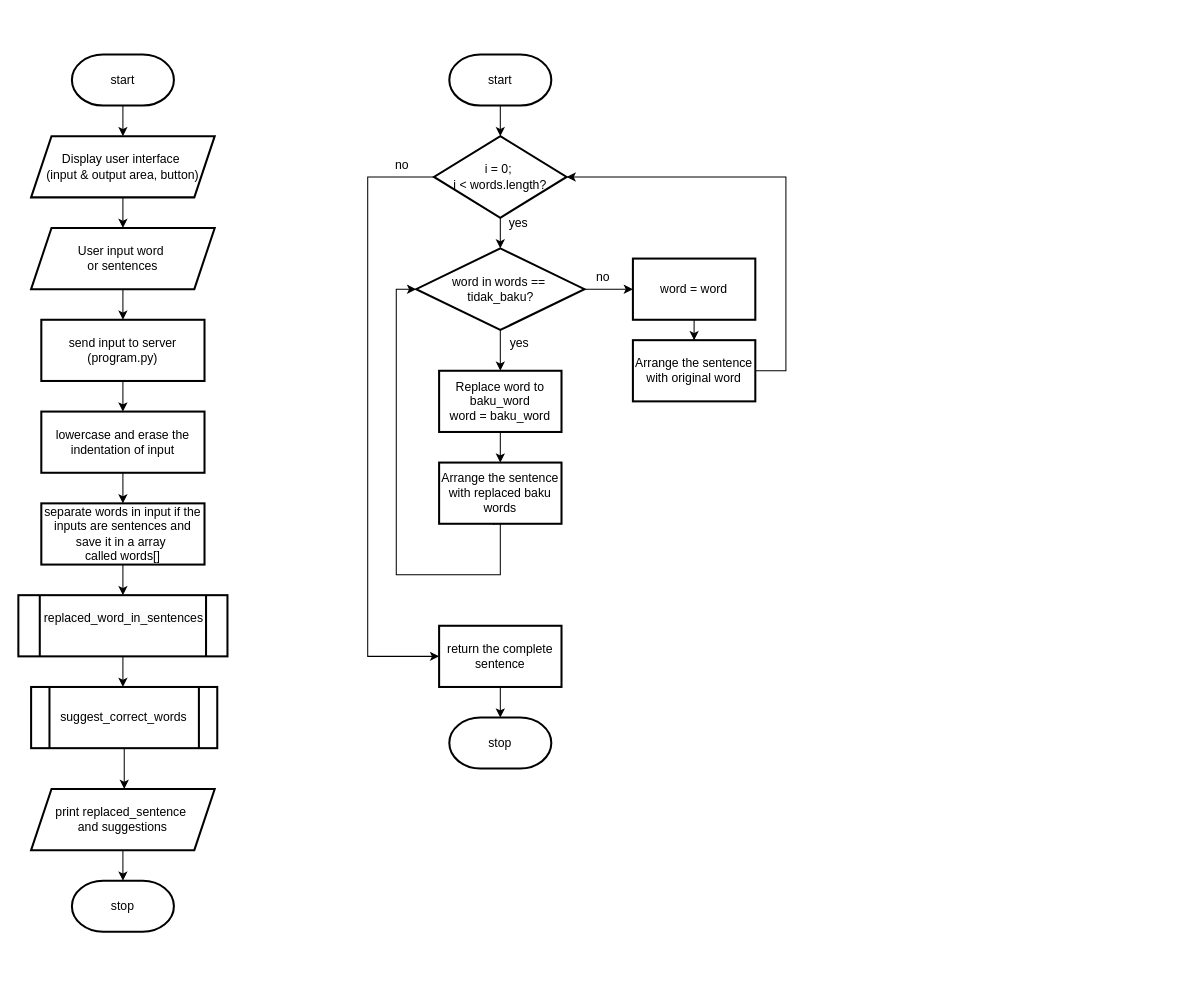
The draw.io diagram flow_utapis_kata_baku.drawio in jezreelkosasih/diagram, before the edit. Source tidied: cells renumbered, new cells numbered last; positions are measured from the earlier drawing's top-left corner, leaving out a move shared by most shapes. Both pictures are drawn from the tidied source at 102%, with x=0, y=0 at pixel (18, 54).
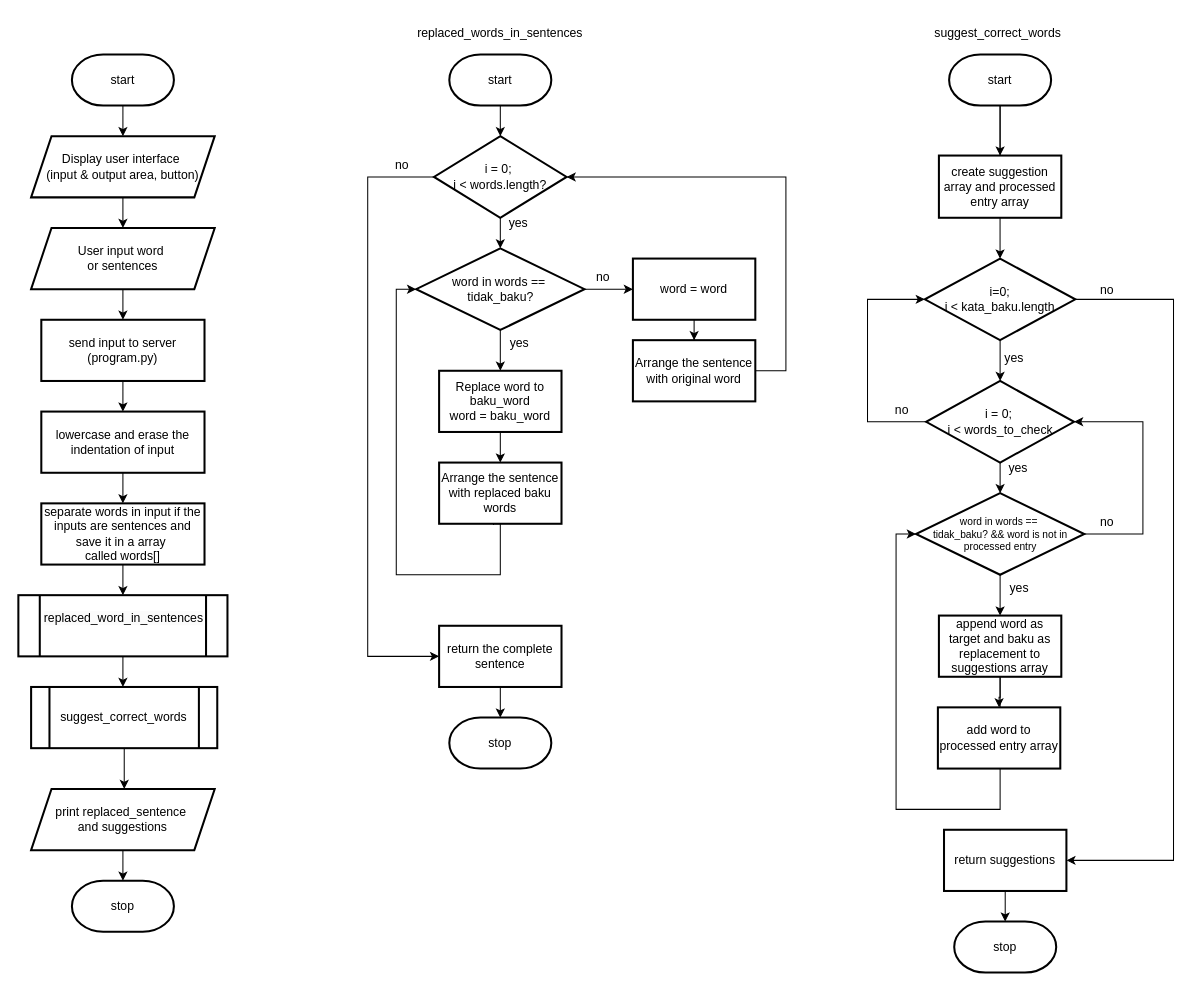
After the change.

What changed in the source:
```diff
@@
+    <mxCell id="44" style="edgeStyle=orthogonalEdgeStyle;rounded=0;jettySize=auto;html=1;entryX=0.5;entryY=0;entryDx=0;entryDy=0;" parent="1" edge="1" source="65" target="48">
+      <mxGeometry relative="1" as="geometry" />
+    </mxCell>
+    <mxCell id="45" style="edgeStyle=orthogonalEdgeStyle;rounded=0;jettySize=auto;html=1;" parent="1" edge="1" source="46" target="66">
+      <mxGeometry relative="1" as="geometry" />
+    </mxCell>
+    <mxCell id="46" value="start" style="strokeWidth=2;html=1;shape=mxgraph.flowchart.terminator;whiteSpace=wrap;" parent="1" vertex="1">
+      <mxGeometry x="912" width="100" height="50" as="geometry" />
+    </mxCell>
+    <mxCell id="47" style="edgeStyle=orthogonalEdgeStyle;rounded=0;jettySize=auto;html=1;" parent="1" edge="1" source="48" target="52">
+      <mxGeometry relative="1" as="geometry" />
+    </mxCell>
+    <mxCell id="48" value="i = 0;&amp;nbsp;&lt;div&gt;i &amp;lt; words_to_check&lt;/div&gt;" style="rhombus;whiteSpace=wrap;html=1;strokeWidth=2;" parent="1" vertex="1">
+      <mxGeometry x="889.5" y="320" width="145" height="80" as="geometry" />
+    </mxCell>
+    <mxCell id="49" style="edgeStyle=orthogonalEdgeStyle;rounded=0;jettySize=auto;html=1;" parent="1" edge="1" source="52" target="54">
+      <mxGeometry relative="1" as="geometry" />
+    </mxCell>
+    <mxCell id="50" style="edgeStyle=orthogonalEdgeStyle;rounded=0;jettySize=auto;html=1;exitX=0;exitY=0.5;exitDx=0;exitDy=0;entryX=0;entryY=0.5;entryDx=0;entryDy=0;" parent="1" edge="1" source="48" target="65">
+      <mxGeometry relative="1" as="geometry">
+        <Array as="points">
+          <mxPoint x="832" y="360" />
+          <mxPoint x="832" y="240" />
+        </Array>
+      </mxGeometry>
+    </mxCell>
+    <mxCell id="51" style="edgeStyle=orthogonalEdgeStyle;rounded=0;jettySize=auto;html=1;entryX=1;entryY=0.5;entryDx=0;entryDy=0;" parent="1" edge="1" source="52" target="48">
+      <mxGeometry relative="1" as="geometry">
+        <Array as="points">
+          <mxPoint x="1102" y="470" />
+          <mxPoint x="1102" y="360" />
+        </Array>
+      </mxGeometry>
+    </mxCell>
+    <mxCell id="52" value="word in words ==&amp;nbsp;&lt;div style=&quot;font-size: 10px;&quot;&gt;tidak_baku? &amp;amp;&amp;amp; word is not in processed entry&lt;/div&gt;" style="rhombus;whiteSpace=wrap;html=1;strokeWidth=2;spacing=1;fontSize=10;" parent="1" vertex="1">
+      <mxGeometry x="879.5" y="430" width="165" height="80" as="geometry" />
+    </mxCell>
+    <mxCell id="53" style="edgeStyle=orthogonalEdgeStyle;rounded=0;jettySize=auto;html=1;" parent="1" edge="1" source="54" target="67">
+      <mxGeometry relative="1" as="geometry" />
+    </mxCell>
+    <mxCell id="54" value="append word as target and baku as replacement to suggestions array" style="whiteSpace=wrap;html=1;strokeWidth=2;" parent="1" vertex="1">
+      <mxGeometry x="902" y="550" width="120" height="60" as="geometry" />
+    </mxCell>
+    <mxCell id="55" style="edgeStyle=orthogonalEdgeStyle;rounded=0;jettySize=auto;html=1;entryX=0;entryY=0.5;entryDx=0;entryDy=0;exitX=0.5;exitY=1;exitDx=0;exitDy=0;" parent="1" edge="1" source="54" target="52">
+      <mxGeometry relative="1" as="geometry">
+        <Array as="points">
+          <mxPoint x="962" y="740" />
+          <mxPoint x="860" y="740" />
+          <mxPoint x="860" y="470" />
+        </Array>
+      </mxGeometry>
+    </mxCell>
+    <mxCell id="56" style="edgeStyle=orthogonalEdgeStyle;rounded=0;jettySize=auto;html=1;" parent="1" edge="1" source="57" target="58">
+      <mxGeometry relative="1" as="geometry" />
+    </mxCell>
+    <mxCell id="57" value="return suggestions" style="whiteSpace=wrap;html=1;strokeWidth=2;" parent="1" vertex="1">
+      <mxGeometry x="907" y="760" width="120" height="60" as="geometry" />
+    </mxCell>
+    <mxCell id="58" value="stop" style="strokeWidth=2;html=1;shape=mxgraph.flowchart.terminator;whiteSpace=wrap;" parent="1" vertex="1">
+      <mxGeometry x="917" y="850" width="100" height="50" as="geometry" />
+    </mxCell>
+    <mxCell id="59" value="yes" style="text;html=1;align=center;verticalAlign=middle;whiteSpace=wrap;rounded=0;" parent="1" vertex="1">
+      <mxGeometry x="950" y="391" width="60" height="30" as="geometry" />
+    </mxCell>
+    <mxCell id="60" value="no" style="text;html=1;align=center;verticalAlign=middle;whiteSpace=wrap;rounded=0;" parent="1" vertex="1">
+      <mxGeometry x="836" y="334" width="60" height="30" as="geometry" />
+    </mxCell>
+    <mxCell id="61" value="yes" style="text;html=1;align=center;verticalAlign=middle;whiteSpace=wrap;rounded=0;" parent="1" vertex="1">
+      <mxGeometry x="951" y="508" width="60" height="30" as="geometry" />
+    </mxCell>
+    <mxCell id="62" value="no" style="text;html=1;align=center;verticalAlign=middle;whiteSpace=wrap;rounded=0;" parent="1" vertex="1">
+      <mxGeometry x="1037" y="444" width="60" height="30" as="geometry" />
+    </mxCell>
+    <mxCell id="63" style="edgeStyle=orthogonalEdgeStyle;rounded=0;jettySize=auto;html=1;entryX=0.5;entryY=0;entryDx=0;entryDy=0;" parent="1" edge="1" source="46" target="65">
+      <mxGeometry relative="1" as="geometry" />
+    </mxCell>
+    <mxCell id="64" style="edgeStyle=orthogonalEdgeStyle;rounded=0;jettySize=auto;html=1;entryX=1;entryY=0.5;entryDx=0;entryDy=0;" parent="1" edge="1" source="65" target="57">
+      <mxGeometry relative="1" as="geometry">
+        <Array as="points">
+          <mxPoint x="1132" y="240" />
+          <mxPoint x="1132" y="790" />
+        </Array>
+      </mxGeometry>
+    </mxCell>
+    <mxCell id="65" value="i=0;&lt;div&gt;i &amp;lt; kata_baku.length&lt;/div&gt;" style="rhombus;whiteSpace=wrap;html=1;strokeWidth=2;" parent="1" vertex="1">
+      <mxGeometry x="888.2" y="200" width="147.5" height="80" as="geometry" />
+    </mxCell>
+    <mxCell id="66" value="create suggestion array and processed entry array" style="rounded=0;whiteSpace=wrap;html=1;strokeWidth=2;" parent="1" vertex="1">
+      <mxGeometry x="902" y="99" width="120" height="61" as="geometry" />
+    </mxCell>
+    <mxCell id="67" value="add word to processed entry array" style="whiteSpace=wrap;html=1;strokeWidth=2;" parent="1" vertex="1">
+      <mxGeometry x="901" y="640" width="120" height="60" as="geometry" />
+    </mxCell>
+    <mxCell id="68" value="yes" style="text;html=1;align=center;verticalAlign=middle;whiteSpace=wrap;rounded=0;" parent="1" vertex="1">
+      <mxGeometry x="946" y="283" width="60" height="30" as="geometry" />
+    </mxCell>
+    <mxCell id="69" value="no" style="text;html=1;align=center;verticalAlign=middle;whiteSpace=wrap;rounded=0;" parent="1" vertex="1">
+      <mxGeometry x="1037" y="216" width="60" height="30" as="geometry" />
+    </mxCell>
+    <mxCell id="70" value="replaced_words_in_sentences" style="text;html=1;align=center;verticalAlign=middle;whiteSpace=wrap;rounded=0;" parent="1" vertex="1">
+      <mxGeometry x="442" y="-36" width="60" height="30" as="geometry" />
+    </mxCell>
+    <mxCell id="71" value="suggest_correct_words" style="text;html=1;align=center;verticalAlign=middle;whiteSpace=wrap;rounded=0;" parent="1" vertex="1">
+      <mxGeometry x="930" y="-36" width="60" height="30" as="geometry" />
+    </mxCell>
```
